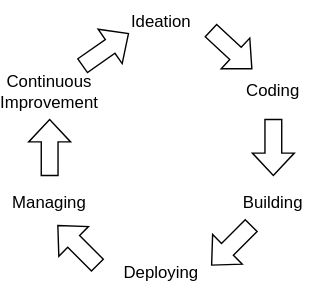
Above: assets/images/Delivery-Pipeline.svg in Sreno1/suds (draw.io), before the change. Source tidied: cells renumbered, new cells last; positions are measured from the earlier drawing's top-left corner, leaving out a move shared by most shapes. Source of this version:
```xml
<mxGraphModel>
  <root>
    <mxCell id="0" />
    <mxCell id="1" parent="0" />
    <mxCell id="2" value="Ideation" style="text;html=1;strokeColor=none;fillColor=none;align=center;verticalAlign=middle;whiteSpace=wrap;rounded=0;" parent="1" vertex="1">
      <mxGeometry x="80" width="60" height="30" as="geometry" />
    </mxCell>
    <mxCell id="3" value="Building" style="text;html=1;strokeColor=none;fillColor=none;align=center;verticalAlign=middle;whiteSpace=wrap;rounded=0;" parent="1" vertex="1">
      <mxGeometry x="160" y="130" width="60" height="30" as="geometry" />
    </mxCell>
    <mxCell id="4" value="Coding" style="text;html=1;strokeColor=none;fillColor=none;align=center;verticalAlign=middle;whiteSpace=wrap;rounded=0;" parent="1" vertex="1">
      <mxGeometry x="160" y="50" width="60" height="30" as="geometry" />
    </mxCell>
    <mxCell id="5" value="Deploying" style="text;html=1;strokeColor=none;fillColor=none;align=center;verticalAlign=middle;whiteSpace=wrap;rounded=0;" parent="1" vertex="1">
      <mxGeometry x="80" y="180" width="60" height="30" as="geometry" />
    </mxCell>
    <mxCell id="6" value="Managing" style="text;html=1;strokeColor=none;fillColor=none;align=center;verticalAlign=middle;whiteSpace=wrap;rounded=0;" parent="1" vertex="1">
      <mxGeometry y="130" width="60" height="30" as="geometry" />
    </mxCell>
    <mxCell id="7" value="Continuous&lt;br&gt;Improvement" style="text;html=1;strokeColor=none;fillColor=none;align=center;verticalAlign=middle;whiteSpace=wrap;rounded=0;" parent="1" vertex="1">
      <mxGeometry y="50" width="60" height="30" as="geometry" />
    </mxCell>
    <mxCell id="8" style="shape=singleArrow;whiteSpace=wrap;html=1;arrowWidth=0.4;arrowSize=0.4;rotation=-35;" parent="1" vertex="1">
      <mxGeometry x="50" y="20" width="40" height="30" as="geometry" />
    </mxCell>
    <mxCell id="9" style="shape=singleArrow;whiteSpace=wrap;html=1;arrowWidth=0.4;arrowSize=0.4;rotation=43;" parent="1" vertex="1">
      <mxGeometry x="140" y="20" width="40" height="30" as="geometry" />
    </mxCell>
    <mxCell id="10" style="shape=singleArrow;whiteSpace=wrap;html=1;arrowWidth=0.4;arrowSize=0.4;rotation=90;" parent="1" vertex="1">
      <mxGeometry x="170" y="90" width="40" height="30" as="geometry" />
    </mxCell>
    <mxCell id="11" style="shape=singleArrow;whiteSpace=wrap;html=1;arrowWidth=0.4;arrowSize=0.4;rotation=-90;" parent="1" vertex="1">
      <mxGeometry x="10" y="90" width="40" height="30" as="geometry" />
    </mxCell>
    <mxCell id="12" style="shape=singleArrow;whiteSpace=wrap;html=1;arrowWidth=0.4;arrowSize=0.4;rotation=-225;" parent="1" vertex="1">
      <mxGeometry x="140" y="160" width="40" height="30" as="geometry" />
    </mxCell>
    <mxCell id="13" style="shape=singleArrow;whiteSpace=wrap;html=1;arrowWidth=0.4;arrowSize=0.4;rotation=-135;" parent="1" vertex="1">
      <mxGeometry x="30" y="160" width="40" height="30" as="geometry" />
    </mxCell>
  </root>
</mxGraphModel>
```
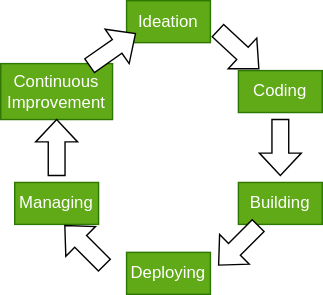
Later version of the same file.

The edit, as a diff of the source:
```diff
@@ -2,23 +2,23 @@
   <root>
     <mxCell id="0" />
     <mxCell id="1" parent="0" />
-    <mxCell id="2" value="Ideation" style="text;html=1;strokeColor=none;fillColor=none;align=center;verticalAlign=middle;whiteSpace=wrap;rounded=0;" parent="1" vertex="1">
+    <mxCell id="2" value="Ideation" style="text;html=1;align=center;verticalAlign=middle;whiteSpace=wrap;rounded=0;fillColor=#60a917;fontColor=#ffffff;strokeColor=#2D7600;" parent="1" vertex="1">
       <mxGeometry x="80" width="60" height="30" as="geometry" />
     </mxCell>
-    <mxCell id="3" value="Building" style="text;html=1;strokeColor=none;fillColor=none;align=center;verticalAlign=middle;whiteSpace=wrap;rounded=0;" parent="1" vertex="1">
+    <mxCell id="3" value="Building" style="text;html=1;align=center;verticalAlign=middle;whiteSpace=wrap;rounded=0;fillColor=#60a917;fontColor=#ffffff;strokeColor=#2D7600;" parent="1" vertex="1">
       <mxGeometry x="160" y="130" width="60" height="30" as="geometry" />
     </mxCell>
-    <mxCell id="4" value="Coding" style="text;html=1;strokeColor=none;fillColor=none;align=center;verticalAlign=middle;whiteSpace=wrap;rounded=0;" parent="1" vertex="1">
+    <mxCell id="4" value="Coding" style="text;html=1;align=center;verticalAlign=middle;whiteSpace=wrap;rounded=0;fillColor=#60a917;fontColor=#ffffff;strokeColor=#2D7600;" parent="1" vertex="1">
       <mxGeometry x="160" y="50" width="60" height="30" as="geometry" />
     </mxCell>
-    <mxCell id="5" value="Deploying" style="text;html=1;strokeColor=none;fillColor=none;align=center;verticalAlign=middle;whiteSpace=wrap;rounded=0;" parent="1" vertex="1">
+    <mxCell id="5" value="Deploying" style="text;html=1;align=center;verticalAlign=middle;whiteSpace=wrap;rounded=0;fillColor=#60a917;fontColor=#ffffff;strokeColor=#2D7600;" parent="1" vertex="1">
       <mxGeometry x="80" y="180" width="60" height="30" as="geometry" />
     </mxCell>
-    <mxCell id="6" value="Managing" style="text;html=1;strokeColor=none;fillColor=none;align=center;verticalAlign=middle;whiteSpace=wrap;rounded=0;" parent="1" vertex="1">
+    <mxCell id="6" value="Managing" style="text;html=1;align=center;verticalAlign=middle;whiteSpace=wrap;rounded=0;fillColor=#60a917;fontColor=#ffffff;strokeColor=#2D7600;" parent="1" vertex="1">
       <mxGeometry y="130" width="60" height="30" as="geometry" />
     </mxCell>
-    <mxCell id="7" value="Continuous&lt;br&gt;Improvement" style="text;html=1;strokeColor=none;fillColor=none;align=center;verticalAlign=middle;whiteSpace=wrap;rounded=0;" parent="1" vertex="1">
-      <mxGeometry y="50" width="60" height="30" as="geometry" />
+    <mxCell id="7" value="Continuous&lt;br&gt;Improvement" style="text;html=1;align=center;verticalAlign=middle;whiteSpace=wrap;rounded=0;fillColor=#60a917;fontColor=#ffffff;strokeColor=#2D7600;" parent="1" vertex="1">
+      <mxGeometry x="-10" y="45" width="80" height="40" as="geometry" />
     </mxCell>
     <mxCell id="8" style="shape=singleArrow;whiteSpace=wrap;html=1;arrowWidth=0.4;arrowSize=0.4;rotation=-35;" parent="1" vertex="1">
       <mxGeometry x="50" y="20" width="40" height="30" as="geometry" />
```
